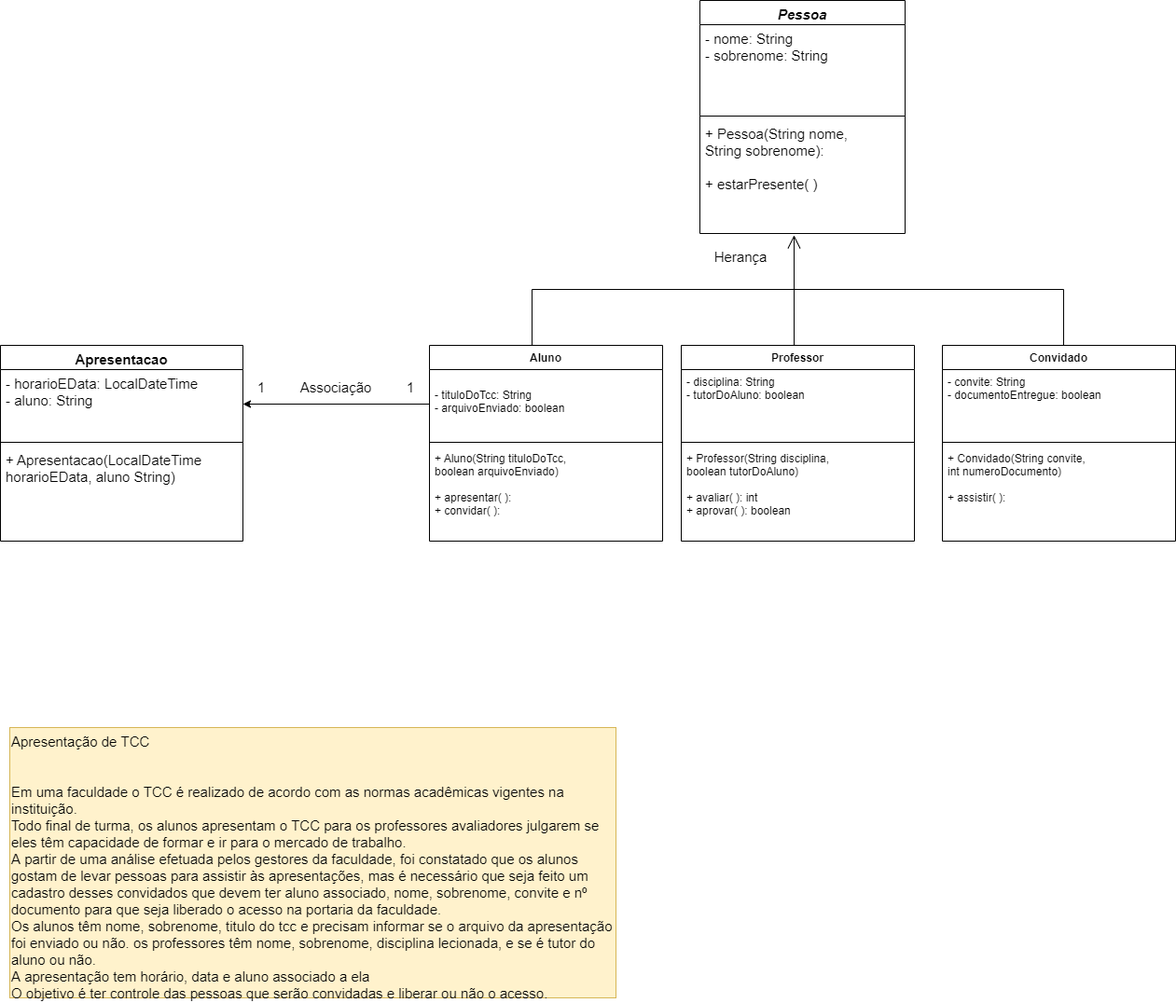
Earlier version of the draw.io export Programacao-Orientada-a-Objetos/Checkpoint1/Caso de TCC-UML.drawio.png (1pretom/CertifiedTechDeveloper). Source tidied: cells renumbered, new cells last; positions are measured from the earlier drawing's top-left corner, leaving out a move shared by most shapes.
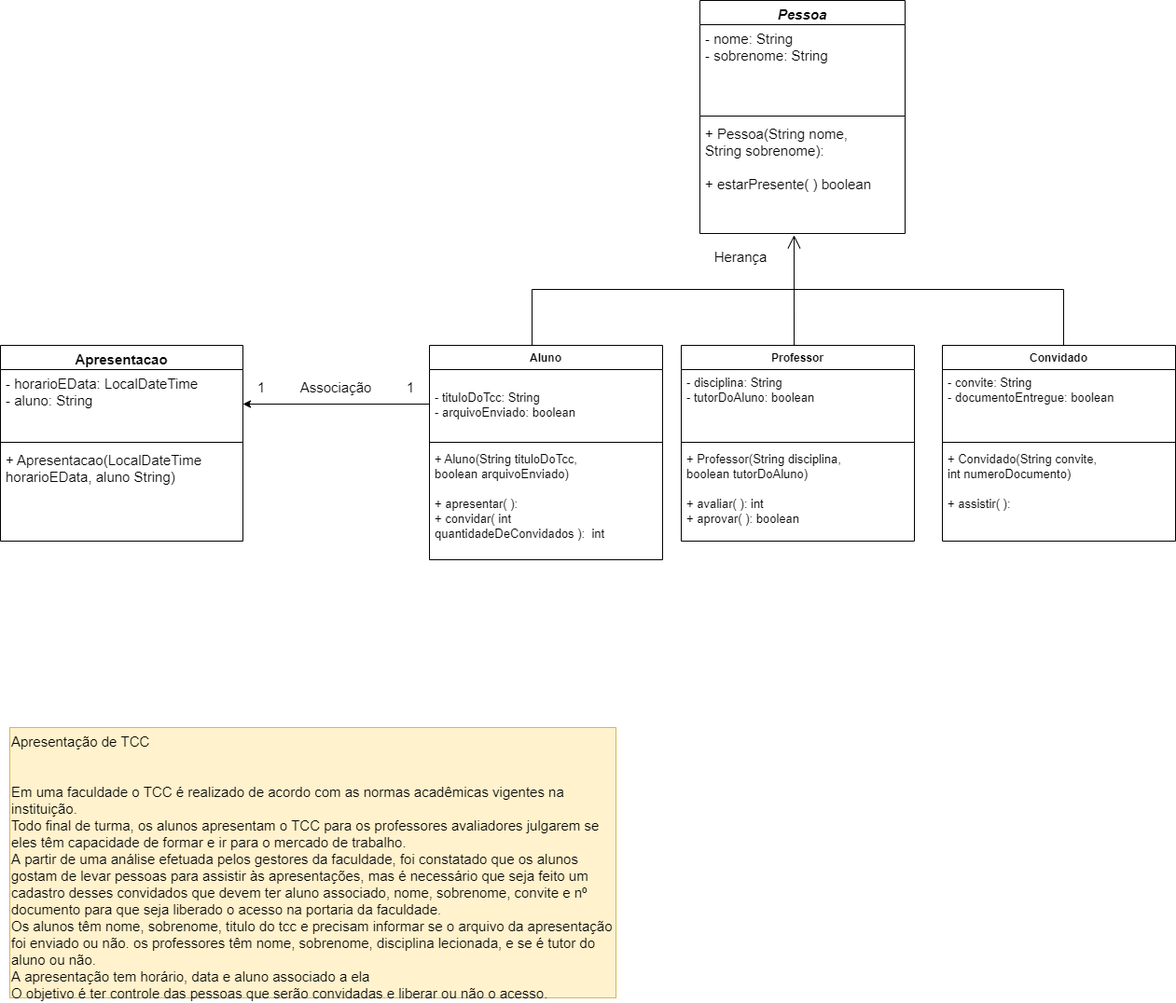
After the commit.

What changed in the source:
```diff
@@ -3,16 +3,16 @@
     <mxCell id="0" />
     <mxCell id="1" parent="0" />
     <mxCell id="2" value="Aluno" style="swimlane;fontStyle=1;align=center;verticalAlign=top;horizontal=1;startSize=26;" parent="1" vertex="1">
-      <mxGeometry x="460" y="370" width="250" height="210" as="geometry" />
+      <mxGeometry x="460" y="370" width="250" height="230" as="geometry" />
     </mxCell>
-    <mxCell id="3" value="&#10;- tituloDoTcc: String&#10;- arquivoEnviado: boolean" style="text;strokeColor=none;fillColor=none;align=left;verticalAlign=top;spacingLeft=4;spacingRight=4;overflow=hidden;points=[[0,0.5],[1,0.5]];portConstraint=eastwest;" parent="2" vertex="1">
+    <mxCell id="3" value="&#10;- tituloDoTcc: String&#10;- arquivoEnviado: boolean" style="text;strokeColor=none;fillColor=none;align=left;verticalAlign=top;spacingLeft=4;spacingRight=4;overflow=hidden;points=[[0,0.5],[1,0.5]];portConstraint=eastwest;fontSize=13;" parent="2" vertex="1">
       <mxGeometry y="26" width="250" height="74" as="geometry" />
     </mxCell>
     <mxCell id="4" style="line;strokeWidth=1;fillColor=none;align=left;verticalAlign=middle;spacingTop=-1;spacingLeft=3;spacingRight=3;labelPosition=right;" parent="2" vertex="1">
       <mxGeometry y="100" width="250" height="8" as="geometry" />
     </mxCell>
-    <mxCell id="5" value="+ Aluno(String tituloDoTcc, &#10;boolean arquivoEnviado)&#10;&#10;+ apresentar( ): &#10;+ convidar( ): " style="text;strokeColor=none;fillColor=none;align=left;verticalAlign=top;spacingLeft=4;spacingRight=4;overflow=hidden;" parent="2" vertex="1">
-      <mxGeometry y="108" width="250" height="102" as="geometry" />
+    <mxCell id="5" value="+ Aluno(String tituloDoTcc, &#10;boolean arquivoEnviado)&#10;&#10;+ apresentar( ): &#10;+ convidar( int &#10;quantidadeDeConvidados ):  int" style="text;strokeColor=none;fillColor=none;align=left;verticalAlign=top;spacingLeft=4;spacingRight=4;overflow=hidden;fontSize=13;" parent="2" vertex="1">
+      <mxGeometry y="108" width="250" height="122" as="geometry" />
     </mxCell>
     <mxCell id="6" value="&lt;font style=&quot;font-size: 15px;&quot;&gt;Apresentação de TCC&lt;br&gt;&lt;br&gt;&lt;br&gt;Em uma faculdade o TCC é realizado de acordo com as normas acadêmicas vigentes na instituição.&lt;br&gt;Todo final de turma, os alunos apresentam o TCC para os professores avaliadores julgarem se eles têm capacidade de formar e ir para o mercado de trabalho.&lt;br&gt;A partir de uma análise efetuada pelos gestores da faculdade, foi constatado que os alunos gostam de levar pessoas para assistir às apresentações, mas é necessário que seja feito um cadastro desses convidados que devem ter aluno associado, nome, sobrenome, convite e nº documento para que seja liberado o acesso na portaria da faculdade.&lt;br&gt;Os alunos têm nome, sobrenome, titulo do tcc e precisam informar se o arquivo da apresentação foi enviado ou não. os professores têm nome, sobrenome, disciplina lecionada, e se é tutor do aluno ou não.&lt;br&gt;A apresentação tem horário, data e aluno associado a ela&lt;br&gt;O objetivo é ter controle das pessoas que serão convidadas e liberar ou não o acesso.&lt;br&gt;&lt;/font&gt;" style="text;whiteSpace=wrap;html=1;fillColor=#fff2cc;strokeColor=#d6b656;" parent="1" vertex="1">
       <mxGeometry x="10" y="780" width="650" height="290" as="geometry" />
@@ -20,25 +20,25 @@
     <mxCell id="7" value="Professor" style="swimlane;fontStyle=1;align=center;verticalAlign=top;horizontal=1;startSize=26;" parent="1" vertex="1">
       <mxGeometry x="730" y="370" width="250" height="210" as="geometry" />
     </mxCell>
-    <mxCell id="8" value="- disciplina: String&#10;- tutorDoAluno: boolean" style="text;strokeColor=none;fillColor=none;align=left;verticalAlign=top;spacingLeft=4;spacingRight=4;overflow=hidden;" parent="7" vertex="1">
+    <mxCell id="8" value="- disciplina: String&#10;- tutorDoAluno: boolean" style="text;strokeColor=none;fillColor=none;align=left;verticalAlign=top;spacingLeft=4;spacingRight=4;overflow=hidden;fontSize=13;" parent="7" vertex="1">
       <mxGeometry y="26" width="250" height="74" as="geometry" />
     </mxCell>
     <mxCell id="9" style="line;strokeWidth=1;fillColor=none;align=left;verticalAlign=middle;spacingTop=-1;spacingLeft=3;spacingRight=3;labelPosition=right;" parent="7" vertex="1">
       <mxGeometry y="100" width="250" height="8" as="geometry" />
     </mxCell>
-    <mxCell id="10" value="+ Professor(String disciplina, &#10;boolean tutorDoAluno)&#10;&#10;+ avaliar( ): int&#10;+ aprovar( ): boolean" style="text;strokeColor=none;fillColor=none;align=left;verticalAlign=top;spacingLeft=4;spacingRight=4;overflow=hidden;" parent="7" vertex="1">
+    <mxCell id="10" value="+ Professor(String disciplina, &#10;boolean tutorDoAluno)&#10;&#10;+ avaliar( ): int&#10;+ aprovar( ): boolean" style="text;strokeColor=none;fillColor=none;align=left;verticalAlign=top;spacingLeft=4;spacingRight=4;overflow=hidden;fontSize=13;" parent="7" vertex="1">
       <mxGeometry y="108" width="250" height="102" as="geometry" />
     </mxCell>
     <mxCell id="11" value="Convidado" style="swimlane;fontStyle=1;align=center;verticalAlign=top;horizontal=1;startSize=26;" parent="1" vertex="1">
       <mxGeometry x="1010" y="370" width="250" height="210" as="geometry" />
     </mxCell>
-    <mxCell id="12" value="- convite: String&#10;- documentoEntregue: boolean" style="text;strokeColor=none;fillColor=none;align=left;verticalAlign=top;spacingLeft=4;spacingRight=4;overflow=hidden;" parent="11" vertex="1">
+    <mxCell id="12" value="- convite: String&#10;- documentoEntregue: boolean" style="text;strokeColor=none;fillColor=none;align=left;verticalAlign=top;spacingLeft=4;spacingRight=4;overflow=hidden;fontSize=13;" parent="11" vertex="1">
       <mxGeometry y="26" width="250" height="74" as="geometry" />
     </mxCell>
     <mxCell id="13" style="line;strokeWidth=1;fillColor=none;align=left;verticalAlign=middle;spacingTop=-1;spacingLeft=3;spacingRight=3;labelPosition=right;" parent="11" vertex="1">
       <mxGeometry y="100" width="250" height="8" as="geometry" />
     </mxCell>
-    <mxCell id="14" value="+ Convidado(String convite, &#10;int numeroDocumento)&#10;&#10;+ assistir( ):&#10;" style="text;strokeColor=none;fillColor=none;align=left;verticalAlign=top;spacingLeft=4;spacingRight=4;overflow=hidden;" parent="11" vertex="1">
+    <mxCell id="14" value="+ Convidado(String convite, &#10;int numeroDocumento)&#10;&#10;+ assistir( ):&#10;" style="text;strokeColor=none;fillColor=none;align=left;verticalAlign=top;spacingLeft=4;spacingRight=4;overflow=hidden;fontSize=13;" parent="11" vertex="1">
       <mxGeometry y="108" width="250" height="102" as="geometry" />
     </mxCell>
     <mxCell id="15" value="Pessoa" style="swimlane;fontStyle=3;align=center;verticalAlign=top;horizontal=1;startSize=26;fontSize=15;" parent="1" vertex="1">
@@ -50,7 +50,7 @@
     <mxCell id="17" style="line;strokeWidth=1;fillColor=none;align=left;verticalAlign=middle;spacingTop=-1;spacingLeft=3;spacingRight=3;labelPosition=right;fontSize=15;" parent="15" vertex="1">
       <mxGeometry y="120" width="220" height="8" as="geometry" />
     </mxCell>
-    <mxCell id="18" value="+ Pessoa(String nome, &#10;String sobrenome): &#10;&#10;+ estarPresente( )" style="text;strokeColor=none;fillColor=none;align=left;verticalAlign=top;spacingLeft=4;spacingRight=4;overflow=hidden;points=[[0,0.5],[1,0.5]];portConstraint=eastwest;fontSize=15;" parent="15" vertex="1">
+    <mxCell id="18" value="+ Pessoa(String nome, &#10;String sobrenome): &#10;&#10;+ estarPresente( ) boolean" style="text;strokeColor=none;fillColor=none;align=left;verticalAlign=top;spacingLeft=4;spacingRight=4;overflow=hidden;points=[[0,0.5],[1,0.5]];portConstraint=eastwest;fontSize=15;" parent="15" vertex="1">
       <mxGeometry y="128" width="220" height="122" as="geometry" />
     </mxCell>
     <mxCell id="19" style="shape=partialRectangle;whiteSpace=wrap;html=1;bottom=1;right=1;left=1;top=0;fillColor=none;routingCenterX=-0.5;fontSize=15;rotation=-180;" parent="1" vertex="1">
```
